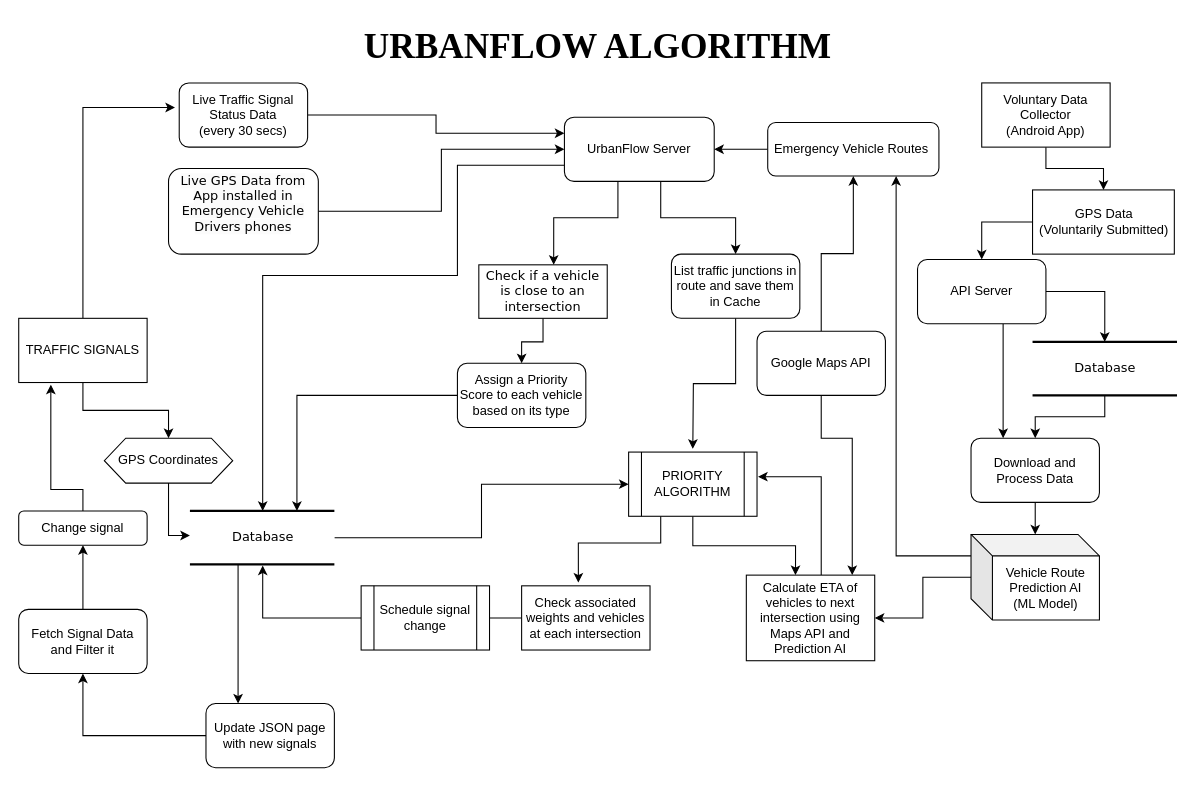
PaulStudios/UrbanFlow keeps this draw.io diagram as Flowchart.drawio. Above is the earlier version. Source tidied: cells renumbered, new cells numbered last; positions are measured from the earlier drawing's top-left corner, leaving out a move shared by most shapes. Both pictures are drawn from the tidied source at 107%, with x=0, y=0 at pixel (18, 18).
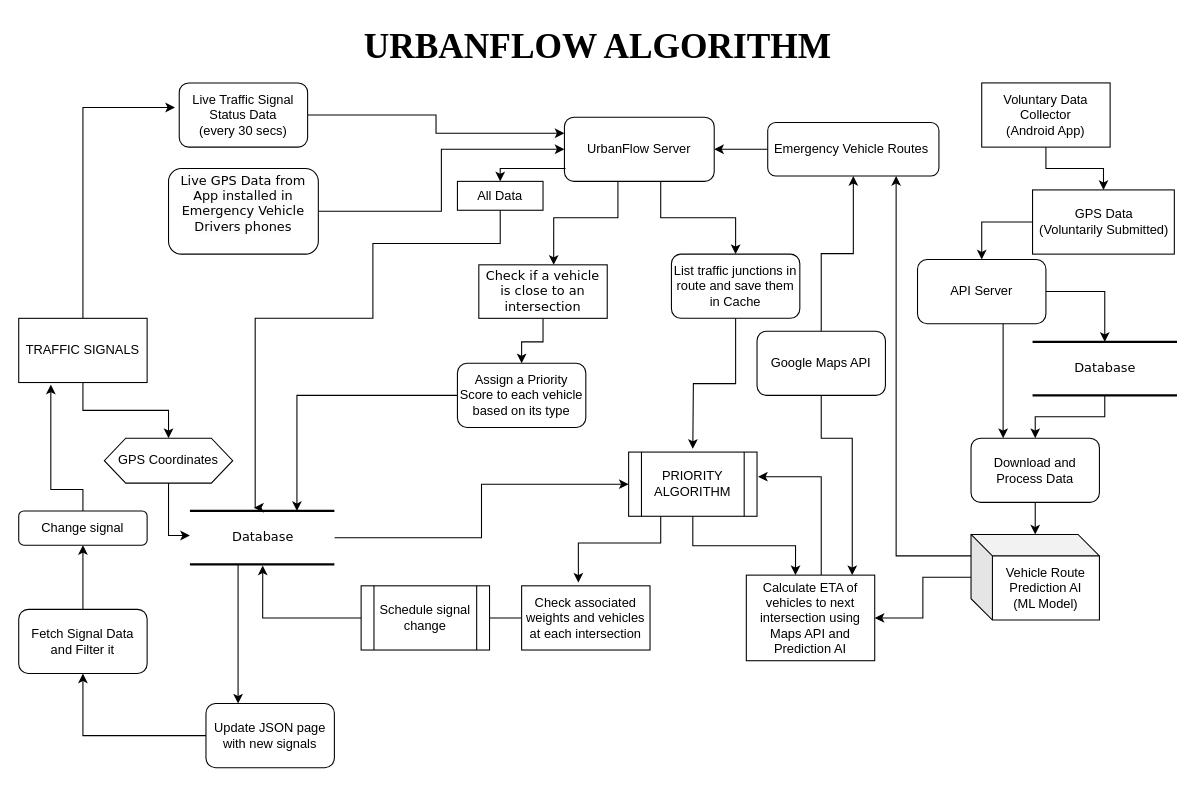
Above is the later version.

Commit message:
Complete Flowchart

The change refers to these unchanged cells:
```xml
<mxCell id="7" value="UrbanFlow Server" style="rounded=1;whiteSpace=wrap;html=1;" parent="1" vertex="1">
  <mxGeometry x="510" y="92" width="140" height="60" as="geometry" />
</mxCell>
<mxCell id="20" value="Database" style="html=1;rounded=0;shadow=0;comic=0;labelBackgroundColor=none;strokeWidth=2;fontFamily=Verdana;fontSize=12;align=center;shape=mxgraph.ios7ui.horLines;" parent="1" vertex="1">
  <mxGeometry x="160" y="460" width="135" height="50" as="geometry" />
</mxCell>
```

The edit, as a diff of the source:
```diff
@@
-    <mxCell id="4" style="edgeStyle=orthogonalEdgeStyle;rounded=0;jettySize=auto;html=1;exitX=0;exitY=0.75;exitDx=0;exitDy=0;" parent="1" edge="1" source="7" target="20">
-      <mxGeometry relative="1" as="geometry">
-        <Array as="points">
-          <mxPoint x="410" y="137" />
-          <mxPoint x="410" y="240" />
-          <mxPoint x="228" y="240" />
-        </Array>
-      </mxGeometry>
-    </mxCell>
@@
+    <mxCell id="59" style="edgeStyle=orthogonalEdgeStyle;rounded=0;jettySize=auto;html=1;entryX=0.5;entryY=0;entryDx=0;entryDy=0;" parent="1" edge="1" target="61">
+      <mxGeometry relative="1" as="geometry">
+        <mxPoint x="511" y="140" as="sourcePoint" />
+        <Array as="points">
+          <mxPoint x="511" y="140" />
+          <mxPoint x="450" y="140" />
+        </Array>
+      </mxGeometry>
+    </mxCell>
+    <mxCell id="60" style="edgeStyle=orthogonalEdgeStyle;rounded=0;jettySize=auto;html=1;entryX=0.444;entryY=-0.06;entryDx=0;entryDy=0;entryPerimeter=0;" parent="1" edge="1" source="61" target="20">
+      <mxGeometry relative="1" as="geometry">
+        <Array as="points">
+          <mxPoint x="450" y="210" />
+          <mxPoint x="331" y="210" />
+          <mxPoint x="331" y="280" />
+          <mxPoint x="221" y="280" />
+          <mxPoint x="221" y="457" />
+        </Array>
+      </mxGeometry>
+    </mxCell>
+    <mxCell id="61" value="All Data" style="rounded=0;whiteSpace=wrap;html=1;" parent="1" vertex="1">
+      <mxGeometry x="410" y="152" width="80" height="27" as="geometry" />
+    </mxCell>
```
